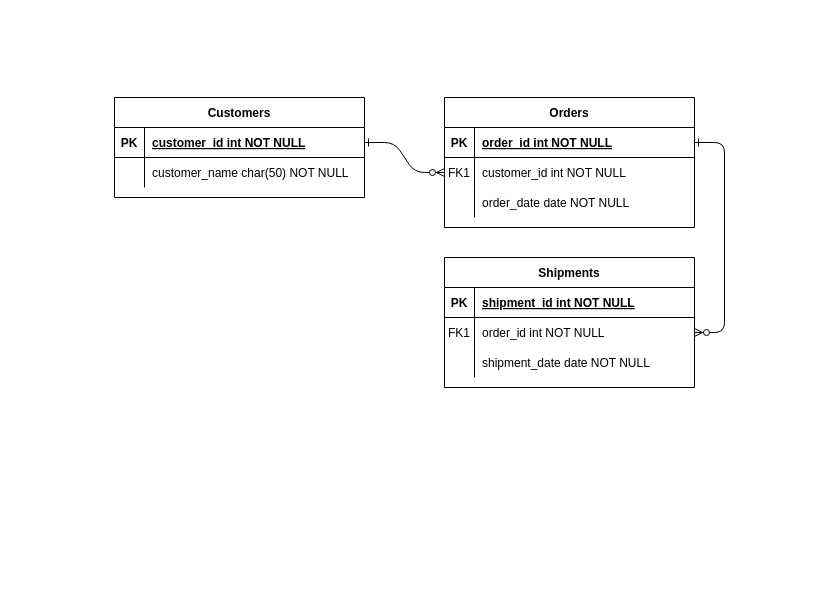
Before: images/Pet Shop ER Diagram.drawio in lqr5252/Lab-1, a draw.io diagram. Source tidied: cells renumbered, new cells numbered last; positions are measured from the earlier drawing's top-left corner, leaving out a move shared by most shapes. Both pictures are drawn from the tidied source at 100%, with x=0, y=0 at pixel (114, 97).
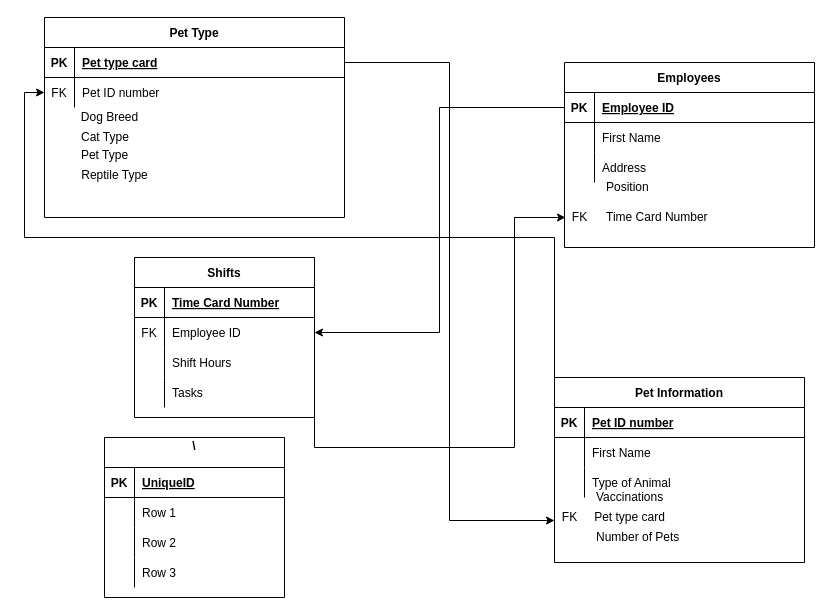
The same page after the edit.

Unchanged cells that the change refers to:
```xml
<mxCell id="15" style="shape=partialRectangle;fillColor=none;points=[[0,0.5],[1,0.5]];portConstraint=eastwest;top=0;left=0;right=0;bottom=1;" parent="14" vertex="1">
  <mxGeometry y="30" width="250" height="30" as="geometry" />
</mxCell>
<mxCell id="18" style="shape=partialRectangle;fillColor=none;points=[[0,0.5],[1,0.5]];portConstraint=eastwest;top=0;left=0;right=0;bottom=0;" parent="14" vertex="1">
  <mxGeometry y="60" width="250" height="30" as="geometry" />
</mxCell>
<mxCell id="21" style="shape=partialRectangle;fillColor=none;top=0;left=0;right=0;bottom=0;" parent="14" vertex="1">
  <mxGeometry y="90" width="250" height="30" as="geometry" />
</mxCell>
```

What changed in the source:
```diff
@@
-    <mxCell id="2" style="edgeStyle=entityRelationEdgeStyle;endArrow=ERzeroToMany;startArrow=ERone;endFill=1;startFill=0;" parent="1" edge="1" source="25" target="8">
-      <mxGeometry relative="1" as="geometry" />
-    </mxCell>
-    <mxCell id="3" style="edgeStyle=entityRelationEdgeStyle;endArrow=ERzeroToMany;startArrow=ERone;endFill=1;startFill=0;" parent="1" edge="1" source="5" target="18">
-      <mxGeometry relative="1" as="geometry" />
-    </mxCell>
-    <mxCell id="4" value="Orders" style="shape=table;startSize=30;childLayout=tableLayout;rowLines=0;fontStyle=1;align=center;" parent="1" vertex="1">
-      <mxGeometry x="330" width="250" height="130" as="geometry" />
-    </mxCell>
-    <mxCell id="5" style="shape=partialRectangle;fillColor=none;points=[[0,0.5],[1,0.5]];portConstraint=eastwest;top=0;left=0;right=0;bottom=1;" parent="4" vertex="1">
-      <mxGeometry y="30" width="250" height="30" as="geometry" />
-    </mxCell>
-    <mxCell id="6" value="PK" style="shape=partialRectangle;overflow=hidden;fillColor=none;top=0;left=0;bottom=0;right=0;fontStyle=1;" parent="5" vertex="1">
-      <mxGeometry width="30" height="30" as="geometry" />
-    </mxCell>
-    <mxCell id="7" value="order_id int NOT NULL " style="shape=partialRectangle;overflow=hidden;fillColor=none;top=0;left=0;bottom=0;right=0;align=left;spacingLeft=6;fontStyle=5;" parent="5" vertex="1">
-      <mxGeometry x="30" width="220" height="30" as="geometry" />
-    </mxCell>
-    <mxCell id="8" style="shape=partialRectangle;fillColor=none;points=[[0,0.5],[1,0.5]];portConstraint=eastwest;top=0;left=0;right=0;bottom=0;" parent="4" vertex="1">
-      <mxGeometry y="60" width="250" height="30" as="geometry" />
-    </mxCell>
-    <mxCell id="9" value="FK1" style="shape=partialRectangle;overflow=hidden;fillColor=none;top=0;left=0;bottom=0;right=0;" parent="8" vertex="1">
-      <mxGeometry width="30" height="30" as="geometry" />
-    </mxCell>
-    <mxCell id="10" value="customer_id int NOT NULL" style="shape=partialRectangle;overflow=hidden;fillColor=none;top=0;left=0;bottom=0;right=0;align=left;spacingLeft=6;" parent="8" vertex="1">
-      <mxGeometry x="30" width="220" height="30" as="geometry" />
-    </mxCell>
-    <mxCell id="11" style="shape=partialRectangle;fillColor=none;top=0;left=0;right=0;bottom=0;" parent="4" vertex="1">
-      <mxGeometry y="90" width="250" height="30" as="geometry" />
-    </mxCell>
-    <mxCell id="12" style="shape=partialRectangle;overflow=hidden;fillColor=none;top=0;left=0;bottom=0;right=0;" parent="11" vertex="1">
-      <mxGeometry width="30" height="30" as="geometry" />
-    </mxCell>
-    <mxCell id="13" value="order_date date NOT NULL" style="shape=partialRectangle;overflow=hidden;fillColor=none;top=0;left=0;bottom=0;right=0;align=left;spacingLeft=6;" parent="11" vertex="1">
-      <mxGeometry x="30" width="220" height="30" as="geometry" />
-    </mxCell>
-    <mxCell id="14" value="Shipments" style="shape=table;startSize=30;childLayout=tableLayout;rowLines=0;fontStyle=1;align=center;" parent="1" vertex="1">
-      <mxGeometry x="330" y="160" width="250" height="130" as="geometry" />
+    <mxCell id="14" value="Pet Information" style="shape=table;startSize=30;childLayout=tableLayout;rowLines=0;fontStyle=1;align=center;" parent="1" vertex="1">
+      <mxGeometry x="440" y="280" width="250" height="185" as="geometry" />
     </mxCell>
@@
-    <mxCell id="17" value="shipment_id int NOT NULL " style="shape=partialRectangle;overflow=hidden;fillColor=none;top=0;left=0;bottom=0;right=0;align=left;spacingLeft=6;fontStyle=5;" parent="15" vertex="1">
-      <mxGeometry x="30" width="220" height="30" as="geometry" />
-    </mxCell>
+    <mxCell id="31" value="Pet ID number" style="shape=partialRectangle;overflow=hidden;fillColor=none;top=0;left=0;bottom=0;right=0;align=left;spacingLeft=6;fontStyle=5;" parent="15" vertex="1">
+      <mxGeometry x="30" width="220" height="30" as="geometry" />
+    </mxCell>
@@
-    <mxCell id="19" value="FK1" style="shape=partialRectangle;overflow=hidden;fillColor=none;top=0;left=0;bottom=0;right=0;" parent="18" vertex="1">
+    <mxCell id="19" style="shape=partialRectangle;overflow=hidden;fillColor=none;top=0;left=0;bottom=0;right=0;" parent="18" vertex="1">
       <mxGeometry width="30" height="30" as="geometry" />
     </mxCell>
-    <mxCell id="20" value="order_id int NOT NULL" style="shape=partialRectangle;overflow=hidden;fillColor=none;top=0;left=0;bottom=0;right=0;align=left;spacingLeft=6;" parent="18" vertex="1">
+    <mxCell id="20" value="First Name" style="shape=partialRectangle;overflow=hidden;fillColor=none;top=0;left=0;bottom=0;right=0;align=left;spacingLeft=6;" parent="18" vertex="1">
       <mxGeometry x="30" width="220" height="30" as="geometry" />
     </mxCell>
@@
-    <mxCell id="23" value="shipment_date date NOT NULL" style="shape=partialRectangle;overflow=hidden;fillColor=none;top=0;left=0;bottom=0;right=0;align=left;spacingLeft=6;" parent="21" vertex="1">
+    <mxCell id="23" value="Type of Animal" style="shape=partialRectangle;overflow=hidden;fillColor=none;top=0;left=0;bottom=0;right=0;align=left;spacingLeft=6;" parent="21" vertex="1">
       <mxGeometry x="30" width="220" height="30" as="geometry" />
     </mxCell>
-    <mxCell id="24" value="Customers" style="shape=table;startSize=30;childLayout=tableLayout;rowLines=0;fontStyle=1;align=center;" parent="1" vertex="1">
-      <mxGeometry width="250" height="100" as="geometry" />
+    <mxCell id="24" value="Pet Type" style="shape=table;startSize=30;childLayout=tableLayout;rowLines=0;fontStyle=1;align=center;" parent="1" vertex="1">
+      <mxGeometry x="-70" y="-80" width="300" height="200" as="geometry" />
     </mxCell>
     <mxCell id="25" style="shape=partialRectangle;fillColor=none;points=[[0,0.5],[1,0.5]];portConstraint=eastwest;top=0;left=0;right=0;bottom=1;" parent="24" vertex="1">
-      <mxGeometry y="30" width="250" height="30" as="geometry" />
+      <mxGeometry y="30" width="300" height="30" as="geometry" />
     </mxCell>
@@
-    <mxCell id="27" value="customer_id int NOT NULL " style="shape=partialRectangle;overflow=hidden;fillColor=none;top=0;left=0;bottom=0;right=0;align=left;spacingLeft=6;fontStyle=5;" parent="25" vertex="1">
-      <mxGeometry x="30" width="220" height="30" as="geometry" />
+    <mxCell id="27" value="Pet type card" style="shape=partialRectangle;overflow=hidden;fillColor=none;top=0;left=0;bottom=0;right=0;align=left;spacingLeft=6;fontStyle=5;" parent="25" vertex="1">
+      <mxGeometry x="30" width="270" height="30" as="geometry" />
     </mxCell>
     <mxCell id="28" style="shape=partialRectangle;fillColor=none;points=[[0,0.5],[1,0.5]];portConstraint=eastwest;top=0;left=0;right=0;bottom=0;" parent="24" vertex="1">
-      <mxGeometry y="60" width="250" height="30" as="geometry" />
+      <mxGeometry y="60" width="300" height="30" as="geometry" />
     </mxCell>
-    <mxCell id="29" style="shape=partialRectangle;overflow=hidden;fillColor=none;top=0;left=0;bottom=0;right=0;" parent="28" vertex="1">
+    <mxCell id="29" value="FK" style="shape=partialRectangle;overflow=hidden;fillColor=none;top=0;left=0;bottom=0;right=0;" parent="28" vertex="1">
       <mxGeometry width="30" height="30" as="geometry" />
     </mxCell>
-    <mxCell id="30" value="customer_name char(50) NOT NULL" style="shape=partialRectangle;overflow=hidden;fillColor=none;top=0;left=0;bottom=0;right=0;align=left;spacingLeft=6;" parent="28" vertex="1">
-      <mxGeometry x="30" width="220" height="30" as="geometry" />
+    <mxCell id="30" value="Pet ID number" style="shape=partialRectangle;overflow=hidden;fillColor=none;top=0;left=0;bottom=0;right=0;align=left;spacingLeft=6;" parent="28" vertex="1">
+      <mxGeometry x="30" width="270" height="30" as="geometry" />
     </mxCell>
+    <mxCell id="32" value="Dog Breed" style="text;html=1;align=center;verticalAlign=middle;" parent="1" vertex="1">
+      <mxGeometry x="-40" y="10" width="70" height="20" as="geometry" />
+    </mxCell>
+    <mxCell id="4" value="Employees" style="shape=table;startSize=30;childLayout=tableLayout;rowLines=0;fontStyle=1;align=center;" parent="1" vertex="1">
+      <mxGeometry x="450" y="-35" width="250" height="185" as="geometry" />
+    </mxCell>
+    <mxCell id="5" style="shape=partialRectangle;fillColor=none;points=[[0,0.5],[1,0.5]];portConstraint=eastwest;top=0;left=0;right=0;bottom=1;" parent="4" vertex="1">
+      <mxGeometry y="30" width="250" height="30" as="geometry" />
+    </mxCell>
+    <mxCell id="6" value="PK" style="shape=partialRectangle;overflow=hidden;fillColor=none;top=0;left=0;bottom=0;right=0;fontStyle=1;" parent="5" vertex="1">
+      <mxGeometry width="30" height="30" as="geometry" />
+    </mxCell>
+    <mxCell id="7" value="Employee ID" style="shape=partialRectangle;overflow=hidden;fillColor=none;top=0;left=0;bottom=0;right=0;align=left;spacingLeft=6;fontStyle=5;" parent="5" vertex="1">
+      <mxGeometry x="30" width="220" height="30" as="geometry" />
+    </mxCell>
+    <mxCell id="8" style="shape=partialRectangle;fillColor=none;points=[[0,0.5],[1,0.5]];portConstraint=eastwest;top=0;left=0;right=0;bottom=0;" parent="4" vertex="1">
+      <mxGeometry y="60" width="250" height="30" as="geometry" />
+    </mxCell>
+    <mxCell id="9" style="shape=partialRectangle;overflow=hidden;fillColor=none;top=0;left=0;bottom=0;right=0;" parent="8" vertex="1">
+      <mxGeometry width="30" height="30" as="geometry" />
+    </mxCell>
+    <mxCell id="10" value="First Name" style="shape=partialRectangle;overflow=hidden;fillColor=none;top=0;left=0;bottom=0;right=0;align=left;spacingLeft=6;" parent="8" vertex="1">
+      <mxGeometry x="30" width="220" height="30" as="geometry" />
+    </mxCell>
+    <mxCell id="11" style="shape=partialRectangle;fillColor=none;top=0;left=0;right=0;bottom=0;" parent="4" vertex="1">
+      <mxGeometry y="90" width="250" height="30" as="geometry" />
+    </mxCell>
+    <mxCell id="12" style="shape=partialRectangle;overflow=hidden;fillColor=none;top=0;left=0;bottom=0;right=0;" parent="11" vertex="1">
+      <mxGeometry width="30" height="30" as="geometry" />
+    </mxCell>
+    <mxCell id="13" value="Address" style="shape=partialRectangle;overflow=hidden;fillColor=none;top=0;left=0;bottom=0;right=0;align=left;spacingLeft=6;" parent="11" vertex="1">
+      <mxGeometry x="30" width="220" height="30" as="geometry" />
+    </mxCell>
+    <mxCell id="33" value="Vaccinations" style="text;html=1;align=left;verticalAlign=middle;" parent="1" vertex="1">
+      <mxGeometry x="480" y="390" width="80" height="20" as="geometry" />
+    </mxCell>
+    <mxCell id="34" value="Number of Pets" style="text;html=1;align=left;verticalAlign=middle;" parent="1" vertex="1">
+      <mxGeometry x="480" y="430" width="100" height="20" as="geometry" />
+    </mxCell>
+    <mxCell id="35" value="Position" style="text;html=1;align=left;verticalAlign=middle;" parent="1" vertex="1">
+      <mxGeometry x="490" y="80" width="60" height="20" as="geometry" />
+    </mxCell>
+    <mxCell id="36" value="Time Card Number" style="text;html=1;align=left;verticalAlign=middle;" parent="1" vertex="1">
+      <mxGeometry x="490" y="110" width="120" height="20" as="geometry" />
+    </mxCell>
+    <mxCell id="37" value="FK" style="text;html=1;align=center;verticalAlign=middle;points=[];" parent="1" vertex="1">
+      <mxGeometry x="450" y="110" width="30" height="20" as="geometry" />
+    </mxCell>
+    <mxCell id="38" style="edgeStyle=orthogonalEdgeStyle;rounded=0;jettySize=auto;html=1;exitX=1;exitY=0.5;exitDx=0;exitDy=0;entryX=0.033;entryY=0.5;entryDx=0;entryDy=0;entryPerimeter=0;" parent="1" edge="1" source="48" target="37">
+      <mxGeometry relative="1" as="geometry">
+        <Array as="points">
+          <mxPoint x="400" y="350" />
+          <mxPoint x="400" y="120" />
+        </Array>
+      </mxGeometry>
+    </mxCell>
+    <mxCell id="39" style="edgeStyle=orthogonalEdgeStyle;rounded=0;jettySize=auto;html=1;exitX=0;exitY=0.5;exitDx=0;exitDy=0;entryX=0;entryY=0.5;entryDx=0;entryDy=0;" parent="1" edge="1" source="15" target="28">
+      <mxGeometry relative="1" as="geometry">
+        <Array as="points">
+          <mxPoint x="440" y="140" />
+          <mxPoint x="-90" y="140" />
+          <mxPoint x="-90" y="-5" />
+        </Array>
+      </mxGeometry>
+    </mxCell>
+    <mxCell id="40" style="edgeStyle=orthogonalEdgeStyle;rounded=0;jettySize=auto;html=1;exitX=0;exitY=0.5;exitDx=0;exitDy=0;entryX=1;entryY=0.5;entryDx=0;entryDy=0;" parent="1" edge="1" source="5" target="51">
+      <mxGeometry relative="1" as="geometry" />
+    </mxCell>
+    <mxCell id="41" value="Cat Type" style="text;html=1;align=left;verticalAlign=middle;" parent="1" vertex="1">
+      <mxGeometry x="-35" y="30" width="60" height="20" as="geometry" />
+    </mxCell>
+    <mxCell id="42" value="Pet type card" style="text;html=1;align=center;verticalAlign=middle;" parent="1" vertex="1">
+      <mxGeometry x="470" y="410" width="90" height="20" as="geometry" />
+    </mxCell>
+    <mxCell id="43" value="FK" style="text;html=1;align=center;verticalAlign=middle;points=[];" parent="1" vertex="1">
+      <mxGeometry x="440" y="410" width="30" height="20" as="geometry" />
+    </mxCell>
+    <mxCell id="44" value="Pet Type" style="text;html=1;align=center;verticalAlign=middle;" parent="1" vertex="1">
+      <mxGeometry x="-40" y="47.5" width="60" height="20" as="geometry" />
+    </mxCell>
+    <mxCell id="45" value="Reptile Type" style="text;html=1;align=center;verticalAlign=middle;" parent="1" vertex="1">
+      <mxGeometry x="-40" y="67.5" width="80" height="20" as="geometry" />
+    </mxCell>
+    <mxCell id="46" style="edgeStyle=orthogonalEdgeStyle;rounded=0;jettySize=auto;html=1;exitX=1;exitY=0.5;exitDx=0;exitDy=0;entryX=0;entryY=0.65;entryDx=0;entryDy=0;entryPerimeter=0;" parent="1" edge="1" source="25" target="43">
+      <mxGeometry relative="1" as="geometry" />
+    </mxCell>
+    <mxCell id="47" value="Shifts" style="shape=table;startSize=30;childLayout=tableLayout;rowLines=0;fontStyle=1;align=center;" parent="1" vertex="1">
+      <mxGeometry x="20" y="160" width="180" height="160" as="geometry" />
+    </mxCell>
+    <mxCell id="48" style="shape=partialRectangle;fillColor=none;top=0;left=0;bottom=1;right=0;points=[[0,0.5],[1,0.5]];portConstraint=eastwest;" parent="47" vertex="1">
+      <mxGeometry y="30" width="180" height="30" as="geometry" />
+    </mxCell>
+    <mxCell id="49" value="PK" style="shape=partialRectangle;fillColor=none;top=0;left=0;bottom=0;right=0;fontStyle=1;overflow=hidden;" parent="48" vertex="1">
+      <mxGeometry width="30" height="30" as="geometry" />
+    </mxCell>
+    <mxCell id="50" value="Time Card Number" style="shape=partialRectangle;fillColor=none;top=0;left=0;bottom=0;right=0;align=left;spacingLeft=6;fontStyle=5;overflow=hidden;" parent="48" vertex="1">
+      <mxGeometry x="30" width="150" height="30" as="geometry" />
+    </mxCell>
+    <mxCell id="51" style="shape=partialRectangle;fillColor=none;top=0;left=0;bottom=0;right=0;points=[[0,0.5],[1,0.5]];portConstraint=eastwest;" parent="47" vertex="1">
+      <mxGeometry y="60" width="180" height="30" as="geometry" />
+    </mxCell>
+    <mxCell id="52" value="FK" style="shape=partialRectangle;fillColor=none;top=0;left=0;bottom=0;right=0;overflow=hidden;" parent="51" vertex="1">
+      <mxGeometry width="30" height="30" as="geometry" />
+    </mxCell>
+    <mxCell id="53" value="Employee ID" style="shape=partialRectangle;fillColor=none;top=0;left=0;bottom=0;right=0;align=left;spacingLeft=6;overflow=hidden;" parent="51" vertex="1">
+      <mxGeometry x="30" width="150" height="30" as="geometry" />
+    </mxCell>
+    <mxCell id="54" style="shape=partialRectangle;fillColor=none;top=0;left=0;bottom=0;right=0;" parent="47" vertex="1">
+      <mxGeometry y="90" width="180" height="30" as="geometry" />
+    </mxCell>
+    <mxCell id="55" style="shape=partialRectangle;fillColor=none;top=0;left=0;bottom=0;right=0;overflow=hidden;" parent="54" vertex="1">
+      <mxGeometry width="30" height="30" as="geometry" />
+    </mxCell>
+    <mxCell id="56" value="Shift Hours" style="shape=partialRectangle;fillColor=none;top=0;left=0;bottom=0;right=0;align=left;spacingLeft=6;overflow=hidden;" parent="54" vertex="1">
+      <mxGeometry x="30" width="150" height="30" as="geometry" />
+    </mxCell>
+    <mxCell id="57" style="shape=partialRectangle;fillColor=none;top=0;left=0;bottom=0;right=0;" parent="47" vertex="1">
+      <mxGeometry y="120" width="180" height="30" as="geometry" />
+    </mxCell>
+    <mxCell id="58" style="shape=partialRectangle;fillColor=none;top=0;left=0;bottom=0;right=0;overflow=hidden;" parent="57" vertex="1">
+      <mxGeometry width="30" height="30" as="geometry" />
+    </mxCell>
+    <mxCell id="59" value="Tasks" style="shape=partialRectangle;fillColor=none;top=0;left=0;bottom=0;right=0;align=left;spacingLeft=6;overflow=hidden;" parent="57" vertex="1">
+      <mxGeometry x="30" width="150" height="30" as="geometry" />
+    </mxCell>
+    <mxCell id="60" value="\&#10;" style="shape=table;startSize=30;childLayout=tableLayout;rowLines=0;fontStyle=1;align=center;" parent="1" vertex="1">
+      <mxGeometry x="-10" y="340" width="180" height="160" as="geometry" />
+    </mxCell>
+    <mxCell id="61" style="shape=partialRectangle;fillColor=none;top=0;left=0;bottom=1;right=0;" parent="60" vertex="1">
+      <mxGeometry y="30" width="180" height="30" as="geometry" />
+    </mxCell>
+    <mxCell id="62" value="PK" style="shape=partialRectangle;fillColor=none;top=0;left=0;bottom=0;right=0;fontStyle=1;overflow=hidden;" parent="61" vertex="1">
+      <mxGeometry width="30" height="30" as="geometry" />
+    </mxCell>
+    <mxCell id="63" value="UniqueID" style="shape=partialRectangle;fillColor=none;top=0;left=0;bottom=0;right=0;align=left;spacingLeft=6;fontStyle=5;overflow=hidden;" parent="61" vertex="1">
+      <mxGeometry x="30" width="150" height="30" as="geometry" />
+    </mxCell>
+    <mxCell id="64" style="shape=partialRectangle;fillColor=none;top=0;left=0;bottom=0;right=0;" parent="60" vertex="1">
+      <mxGeometry y="60" width="180" height="30" as="geometry" />
+    </mxCell>
+    <mxCell id="65" style="shape=partialRectangle;fillColor=none;top=0;left=0;bottom=0;right=0;overflow=hidden;" parent="64" vertex="1">
+      <mxGeometry width="30" height="30" as="geometry" />
+    </mxCell>
+    <mxCell id="66" value="Row 1" style="shape=partialRectangle;fillColor=none;top=0;left=0;bottom=0;right=0;align=left;spacingLeft=6;overflow=hidden;" parent="64" vertex="1">
+      <mxGeometry x="30" width="150" height="30" as="geometry" />
+    </mxCell>
+    <mxCell id="67" style="shape=partialRectangle;fillColor=none;top=0;left=0;bottom=0;right=0;" parent="60" vertex="1">
+      <mxGeometry y="90" width="180" height="30" as="geometry" />
+    </mxCell>
+    <mxCell id="68" style="shape=partialRectangle;fillColor=none;top=0;left=0;bottom=0;right=0;overflow=hidden;" parent="67" vertex="1">
+      <mxGeometry width="30" height="30" as="geometry" />
+    </mxCell>
+    <mxCell id="69" value="Row 2" style="shape=partialRectangle;fillColor=none;top=0;left=0;bottom=0;right=0;align=left;spacingLeft=6;overflow=hidden;" parent="67" vertex="1">
+      <mxGeometry x="30" width="150" height="30" as="geometry" />
+    </mxCell>
+    <mxCell id="70" style="shape=partialRectangle;fillColor=none;top=0;left=0;bottom=0;right=0;" parent="60" vertex="1">
+      <mxGeometry y="120" width="180" height="30" as="geometry" />
+    </mxCell>
+    <mxCell id="71" style="shape=partialRectangle;fillColor=none;top=0;left=0;bottom=0;right=0;overflow=hidden;" parent="70" vertex="1">
+      <mxGeometry width="30" height="30" as="geometry" />
+    </mxCell>
+    <mxCell id="72" value="Row 3" style="shape=partialRectangle;fillColor=none;top=0;left=0;bottom=0;right=0;align=left;spacingLeft=6;overflow=hidden;" parent="70" vertex="1">
+      <mxGeometry x="30" width="150" height="30" as="geometry" />
+    </mxCell>
```
